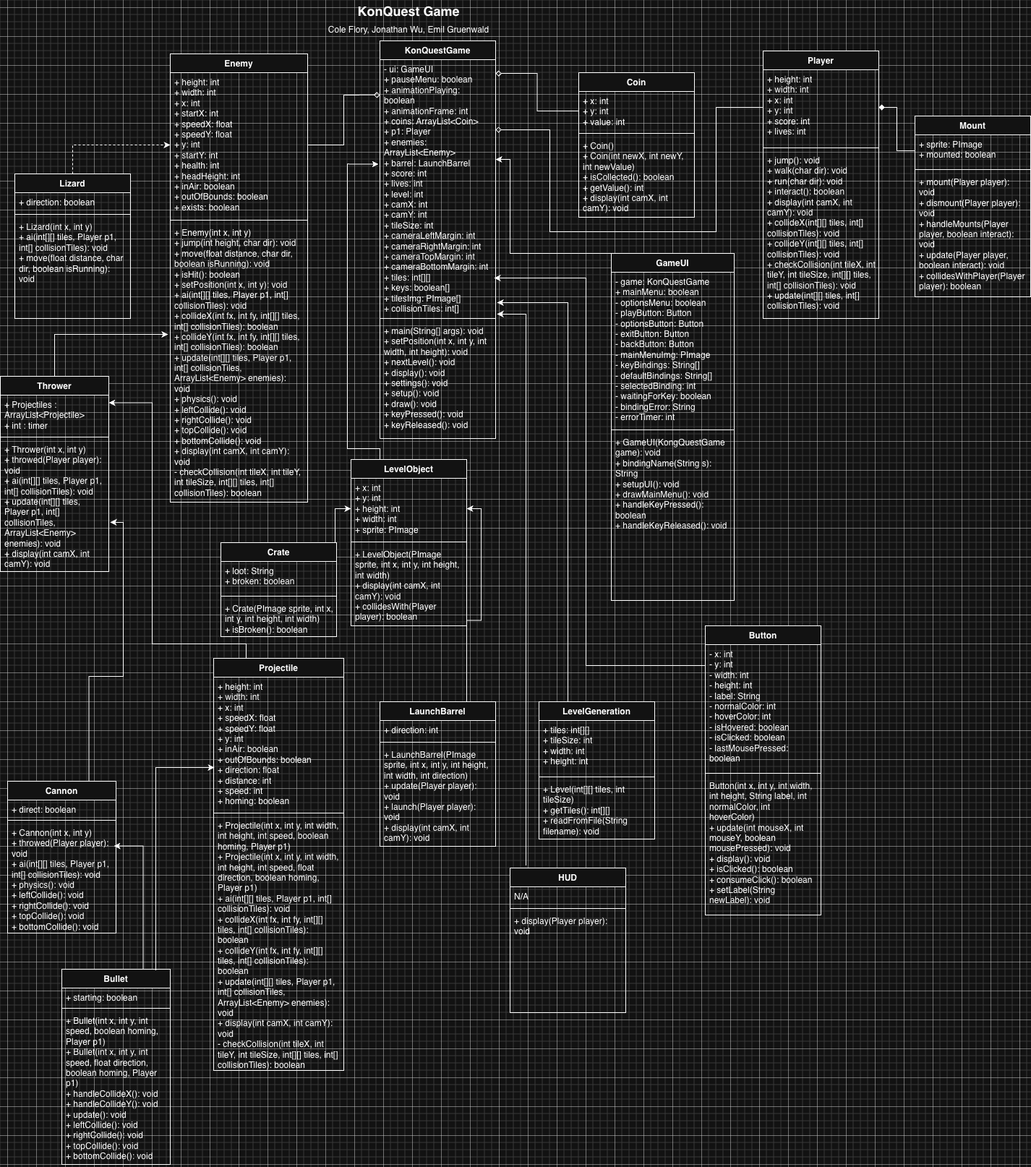
This is resources/UML.png from CFlory-Programming/AdvProgrammingGroupProject, a draw.io export, as it was before one commit. Source tidied: cells renumbered, new cells last; positions are measured from the earlier drawing's top-left corner, leaving out a move shared by most shapes.
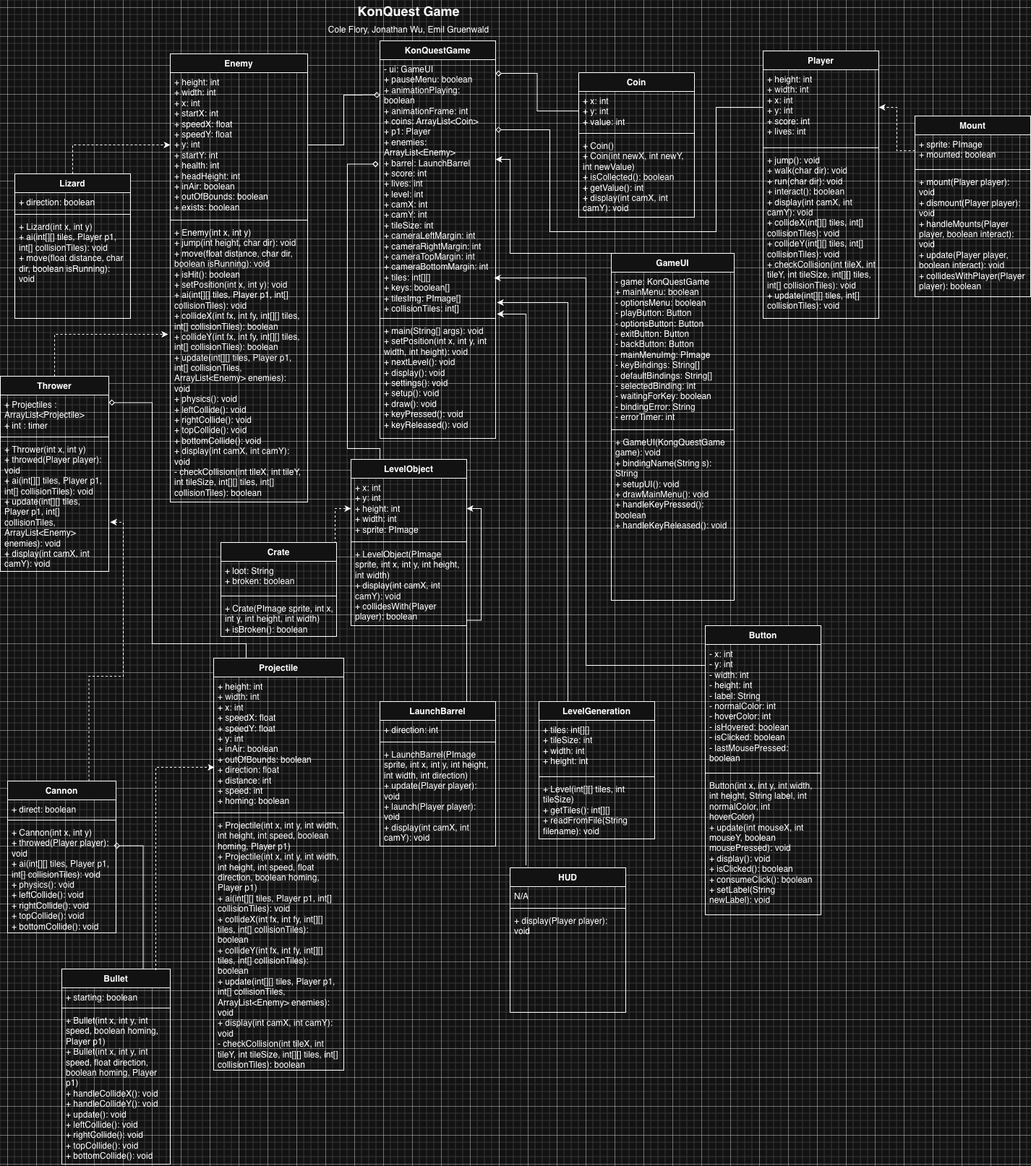
Above is the later version.

Diff of the diagram source:
```diff
@@ -62,7 +62,7 @@
     <mxCell id="21" value="&lt;div&gt;+ LaunchBarrel(PImage sprite, int x, int y, int height, int width, int direction)&lt;/div&gt;&lt;div&gt;+ update(Player player): void&lt;/div&gt;&lt;div&gt;+ launch(Player player): void&lt;/div&gt;&lt;div&gt;+ display(int camX, int camY): void&lt;/div&gt;" style="text;strokeColor=none;fillColor=none;align=left;verticalAlign=top;spacingLeft=4;spacingRight=4;overflow=hidden;whiteSpace=wrap;html=1;" parent="18" vertex="1">
       <mxGeometry y="60" width="160" height="140" as="geometry" />
     </mxCell>
-    <mxCell id="22" style="edgeStyle=orthogonalEdgeStyle;rounded=0;jettySize=auto;html=1;exitX=0.988;exitY=0.104;exitDx=0;exitDy=0;entryX=0;entryY=0.5;entryDx=0;entryDy=0;exitPerimeter=0;" parent="1" edge="1" source="23" target="15">
+    <mxCell id="22" style="edgeStyle=orthogonalEdgeStyle;rounded=0;jettySize=auto;html=1;exitX=0.988;exitY=0.104;exitDx=0;exitDy=0;entryX=0;entryY=0.5;entryDx=0;entryDy=0;exitPerimeter=0;dashed=1;" parent="1" edge="1" source="23" target="15">
       <mxGeometry relative="1" as="geometry" />
     </mxCell>
     <mxCell id="23" value="Crate" style="swimlane;fontStyle=1;align=center;verticalAlign=top;horizontal=1;startSize=26;whiteSpace=wrap;html=1;" parent="1" vertex="1">
@@ -193,7 +193,7 @@
         </Array>
       </mxGeometry>
     </mxCell>
-    <mxCell id="62" style="edgeStyle=orthogonalEdgeStyle;rounded=0;jettySize=auto;html=1;exitX=0;exitY=0.5;exitDx=0;exitDy=0;entryX=1;entryY=0.5;entryDx=0;entryDy=0;endArrow=diamond;endFill=1;" parent="1" edge="1" source="58" target="3">
+    <mxCell id="62" style="edgeStyle=orthogonalEdgeStyle;rounded=0;jettySize=auto;html=1;exitX=0;exitY=0.5;exitDx=0;exitDy=0;entryX=1;entryY=0.5;entryDx=0;entryDy=0;endArrow=classic;endFill=1;dashed=1;" parent="1" edge="1" source="58" target="3">
       <mxGeometry relative="1" as="geometry" />
     </mxCell>
     <mxCell id="63" value="Thrower" style="swimlane;fontStyle=1;align=center;verticalAlign=top;horizontal=1;startSize=26;whiteSpace=wrap;html=1;" parent="1" vertex="1">
@@ -220,7 +220,7 @@
     <mxCell id="70" value="&lt;div&gt;+&amp;nbsp;&lt;span style=&quot;background-color: transparent;&quot;&gt;Projectile(int x, int y, int width, int height, int speed, boolean homing, Player p1)&lt;/span&gt;&lt;/div&gt;&lt;div&gt;+&amp;nbsp;Projectile(int x, int y, int width, int height, int speed, float direction, boolean homing, Player p1)&lt;/div&gt;&lt;div&gt;+ ai(int[][] tiles, Player p1, int[] collisionTiles): void&lt;/div&gt;&lt;div&gt;+ collideX(int fx, int fy, int[][] tiles, int[] collisionTiles): boolean&lt;/div&gt;&lt;div&gt;+ collideY(int fx, int fy, int[][] tiles, int[] collisionTiles): boolean&lt;/div&gt;&lt;div&gt;+ update(int[][] tiles, Player p1, int[] collisionTiles, ArrayList&amp;lt;Enemy&amp;gt; enemies): void&lt;/div&gt;&lt;div&gt;+ display(int camX, int camY): void&lt;/div&gt;&lt;div&gt;- checkCollision(int tileX, int tileY, int tileSize, int[][] tiles, int[] collisionTiles): boolean&lt;/div&gt;" style="text;strokeColor=none;fillColor=none;align=left;verticalAlign=top;spacingLeft=4;spacingRight=4;overflow=hidden;whiteSpace=wrap;html=1;" parent="67" vertex="1">
       <mxGeometry y="218" width="180" height="352" as="geometry" />
     </mxCell>
-    <mxCell id="71" style="edgeStyle=orthogonalEdgeStyle;rounded=0;jettySize=auto;html=1;exitX=0.25;exitY=0;exitDx=0;exitDy=0;entryX=1;entryY=0.194;entryDx=0;entryDy=0;entryPerimeter=0;" parent="1" edge="1" source="67" target="64">
+    <mxCell id="71" style="edgeStyle=orthogonalEdgeStyle;rounded=0;jettySize=auto;html=1;exitX=0.25;exitY=0;exitDx=0;exitDy=0;entryX=1;entryY=0.194;entryDx=0;entryDy=0;entryPerimeter=0;endArrow=diamond;endFill=0;" parent="1" edge="1" source="67" target="64">
       <mxGeometry relative="1" as="geometry">
         <Array as="points">
           <mxPoint x="340" y="890" />
@@ -229,7 +229,7 @@
         </Array>
       </mxGeometry>
     </mxCell>
-    <mxCell id="72" style="edgeStyle=orthogonalEdgeStyle;rounded=0;jettySize=auto;html=1;exitX=0.75;exitY=0;exitDx=0;exitDy=0;entryX=1.013;entryY=0.626;entryDx=0;entryDy=0;entryPerimeter=0;" parent="1" edge="1" source="73" target="66">
+    <mxCell id="72" style="edgeStyle=orthogonalEdgeStyle;rounded=0;jettySize=auto;html=1;exitX=0.75;exitY=0;exitDx=0;exitDy=0;entryX=1.013;entryY=0.626;entryDx=0;entryDy=0;entryPerimeter=0;dashed=1;" parent="1" edge="1" source="73" target="66">
       <mxGeometry relative="1" as="geometry" />
     </mxCell>
     <mxCell id="73" value="Cannon" style="swimlane;fontStyle=1;align=center;verticalAlign=top;horizontal=1;startSize=26;whiteSpace=wrap;html=1;" parent="1" vertex="1">
@@ -256,13 +256,13 @@
     <mxCell id="80" value="&lt;div&gt;+ Bullet(int x, int y, int speed, boolean homing, Player p1)&lt;/div&gt;&lt;div&gt;+ Bullet(int x, int y, int speed, float direction, boolean homing, Player p1)&lt;/div&gt;+ handleCollideX(): void&lt;div&gt;+&amp;nbsp;&lt;span style=&quot;background-color: transparent; color: light-dark(rgb(0, 0, 0), rgb(255, 255, 255));&quot;&gt;handleCollideY(): void&lt;/span&gt;&lt;/div&gt;&lt;div&gt;+ update(): void&lt;/div&gt;&lt;div&gt;&lt;span style=&quot;background-color: transparent; color: light-dark(rgb(0, 0, 0), rgb(255, 255, 255));&quot;&gt;+&amp;nbsp;&lt;/span&gt;&lt;span style=&quot;background-color: transparent; color: light-dark(rgb(0, 0, 0), rgb(255, 255, 255));&quot;&gt;leftCollide(): void&lt;/span&gt;&lt;/div&gt;&lt;div&gt;&lt;span style=&quot;background-color: transparent; color: light-dark(rgb(0, 0, 0), rgb(255, 255, 255));&quot;&gt;+ rightCollide(): void&lt;/span&gt;&lt;/div&gt;&lt;div&gt;&lt;span style=&quot;background-color: transparent; color: light-dark(rgb(0, 0, 0), rgb(255, 255, 255));&quot;&gt;+ topCollide(): void&lt;/span&gt;&lt;/div&gt;&lt;div&gt;&lt;span style=&quot;background-color: transparent; color: light-dark(rgb(0, 0, 0), rgb(255, 255, 255));&quot;&gt;+ bottomCollide(): void&lt;/span&gt;&lt;/div&gt;" style="text;strokeColor=none;fillColor=none;align=left;verticalAlign=top;spacingLeft=4;spacingRight=4;overflow=hidden;whiteSpace=wrap;html=1;" parent="77" vertex="1">
       <mxGeometry y="58" width="150" height="212" as="geometry" />
     </mxCell>
-    <mxCell id="81" style="edgeStyle=orthogonalEdgeStyle;rounded=0;jettySize=auto;html=1;exitX=0.867;exitY=0.006;exitDx=0;exitDy=0;entryX=0.006;entryY=0.679;entryDx=0;entryDy=0;entryPerimeter=0;exitPerimeter=0;" parent="1" edge="1" source="77" target="68">
+    <mxCell id="81" style="edgeStyle=orthogonalEdgeStyle;rounded=0;jettySize=auto;html=1;exitX=0.867;exitY=0.006;exitDx=0;exitDy=0;entryX=0.006;entryY=0.679;entryDx=0;entryDy=0;entryPerimeter=0;exitPerimeter=0;dashed=1;" parent="1" edge="1" source="77" target="68">
       <mxGeometry relative="1" as="geometry" />
     </mxCell>
-    <mxCell id="82" style="edgeStyle=orthogonalEdgeStyle;rounded=0;jettySize=auto;html=1;exitX=0.75;exitY=0;exitDx=0;exitDy=0;entryX=0.98;entryY=0.207;entryDx=0;entryDy=0;entryPerimeter=0;" parent="1" edge="1" source="77" target="76">
+    <mxCell id="82" style="edgeStyle=orthogonalEdgeStyle;rounded=0;jettySize=auto;html=1;exitX=0.75;exitY=0;exitDx=0;exitDy=0;entryX=0.98;entryY=0.207;entryDx=0;entryDy=0;entryPerimeter=0;endArrow=diamond;endFill=0;" parent="1" edge="1" source="77" target="76">
       <mxGeometry relative="1" as="geometry" />
     </mxCell>
-    <mxCell id="83" style="edgeStyle=orthogonalEdgeStyle;rounded=0;jettySize=auto;html=1;exitX=0.25;exitY=0;exitDx=0;exitDy=0;entryX=-0.012;entryY=0.408;entryDx=0;entryDy=0;entryPerimeter=0;" parent="1" edge="1" source="14" target="29">
+    <mxCell id="83" style="edgeStyle=orthogonalEdgeStyle;rounded=0;jettySize=auto;html=1;exitX=0.25;exitY=0;exitDx=0;exitDy=0;entryX=-0.012;entryY=0.408;entryDx=0;entryDy=0;entryPerimeter=0;endArrow=diamond;endFill=0;" parent="1" edge="1" source="14" target="29">
       <mxGeometry relative="1" as="geometry">
         <Array as="points">
           <mxPoint x="525" y="620" />
@@ -290,7 +290,7 @@
         </Array>
       </mxGeometry>
     </mxCell>
-    <mxCell id="88" style="edgeStyle=orthogonalEdgeStyle;rounded=0;jettySize=auto;html=1;exitX=0.5;exitY=0;exitDx=0;exitDy=0;entryX=-0.016;entryY=0.399;entryDx=0;entryDy=0;entryPerimeter=0;" parent="1" edge="1" source="63" target="13">
+    <mxCell id="88" style="edgeStyle=orthogonalEdgeStyle;rounded=0;jettySize=auto;html=1;exitX=0.5;exitY=0;exitDx=0;exitDy=0;entryX=-0.016;entryY=0.399;entryDx=0;entryDy=0;entryPerimeter=0;dashed=1;" parent="1" edge="1" source="63" target="13">
       <mxGeometry relative="1" as="geometry" />
     </mxCell>
   </root>
```
